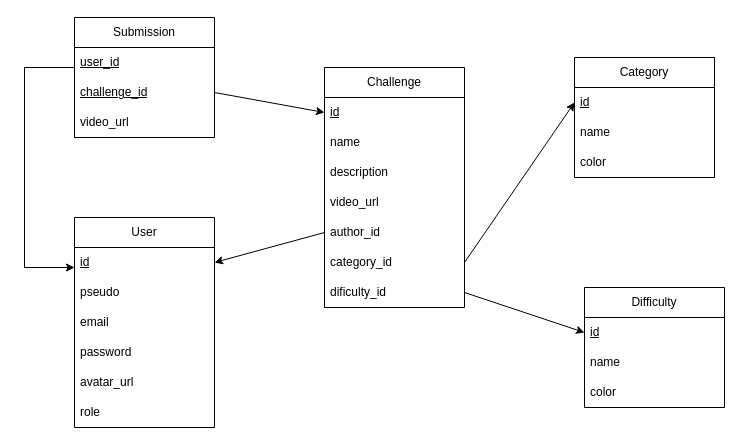
Before: docs/data/MLD.drawio in kishankarunanithy/Gamer-back, a draw.io diagram. Source tidied: cells renumbered, new cells numbered last; positions are measured from the earlier drawing's top-left corner, leaving out a move shared by most shapes. Both pictures are drawn from the tidied source at 100%, with x=0, y=0 at pixel (24, 17).
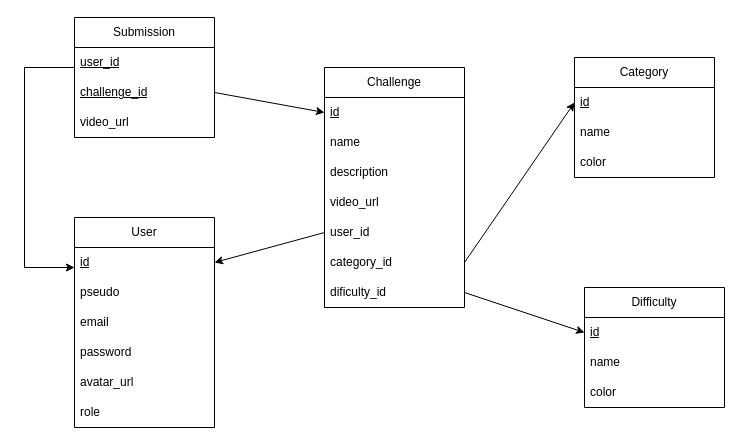
The same diagram, later.

Commit message (it also covers changes not shown here):
docs: correction MLD

The change refers to these unchanged cells:
```xml
<mxCell id="9" value="Challenge" style="swimlane;fontStyle=0;horizontal=1;startSize=30;whiteSpace=wrap;html=1;" parent="1" vertex="1">
  <mxGeometry x="300" y="50" width="140" height="240" as="geometry" />
</mxCell>
```

What changed in the source:
```diff
@@
-    <mxCell id="14" value="author_id" style="text;strokeColor=none;fillColor=none;align=left;verticalAlign=middle;spacingLeft=4;spacingRight=4;overflow=hidden;points=[[0,0.5],[1,0.5]];portConstraint=eastwest;whiteSpace=wrap;html=1;" parent="9" vertex="1">
+    <mxCell id="14" value="user_id" style="text;strokeColor=none;fillColor=none;align=left;verticalAlign=middle;spacingLeft=4;spacingRight=4;overflow=hidden;points=[[0,0.5],[1,0.5]];portConstraint=eastwest;whiteSpace=wrap;html=1;" parent="9" vertex="1">
       <mxGeometry y="150" width="140" height="30" as="geometry" />
     </mxCell>
```
